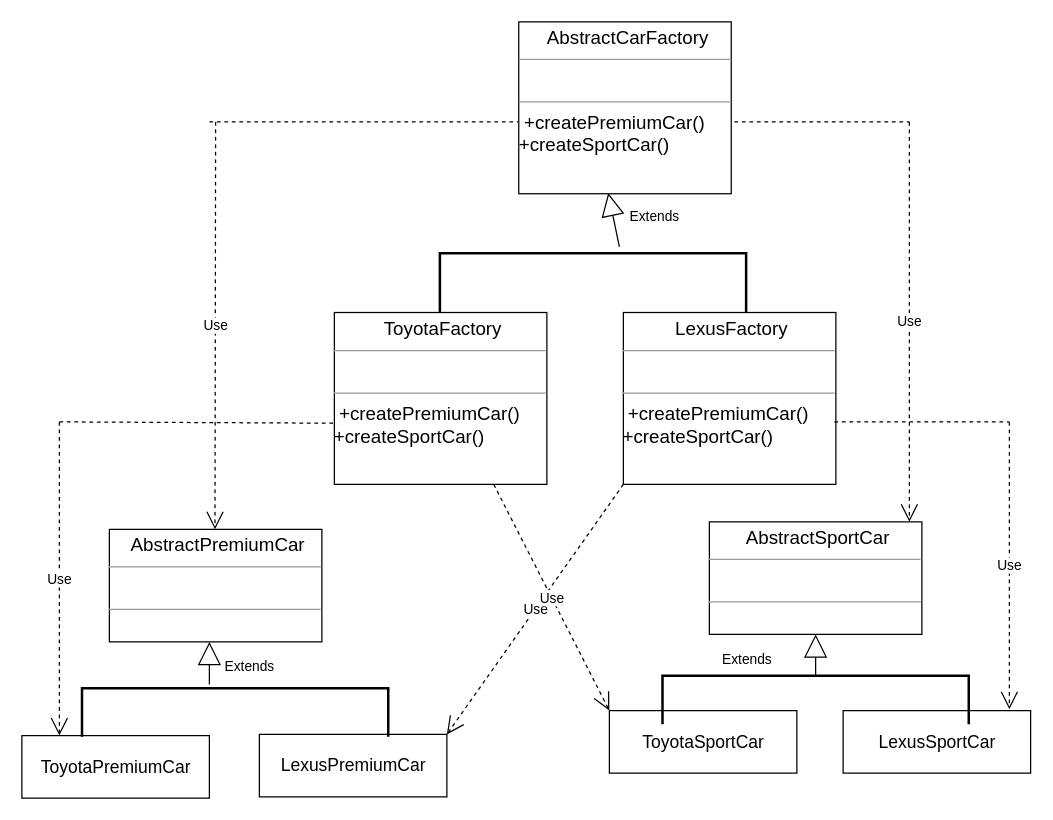
Above: creational/abstract-factory/abs-factory.drawio in MaksShadows/Patterns (draw.io), before the change. Source tidied: cells renumbered, new cells numbered last; positions are measured from the earlier drawing's top-left corner, leaving out a move shared by most shapes. Both pictures are drawn from the tidied source at 125%, with x=0, y=0 at pixel (21, 21).
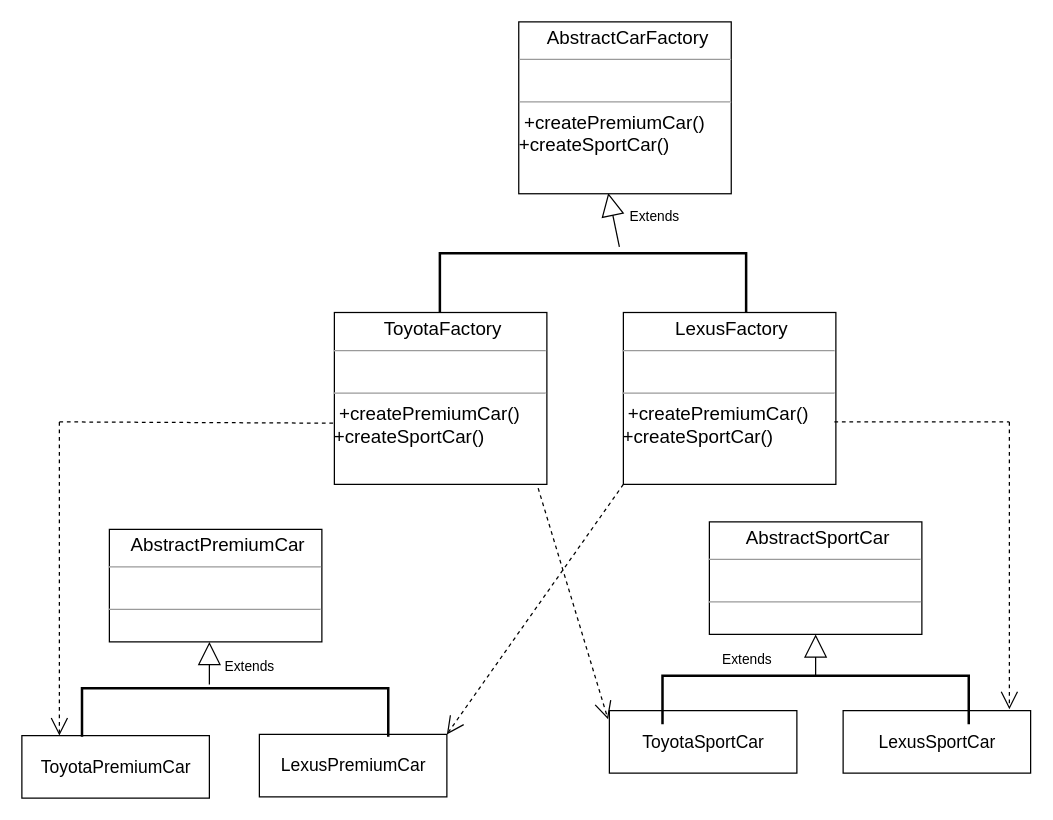
The same page after the edit.

Commit message (it also covers changes not shown here):
fix uml and name

Unchanged cells that the change refers to:
```xml
<mxCell id="3" value="&lt;p style=&quot;margin: 4px 0px 0px ; text-align: center&quot;&gt;&lt;font&gt;&lt;span style=&quot;font-size: 15px&quot;&gt;&amp;nbsp;&lt;/span&gt;&lt;/font&gt;&lt;span style=&quot;font-size: 15px&quot;&gt;ToyotaFactory&lt;/span&gt;&lt;/p&gt;&lt;hr size=&quot;1&quot; style=&quot;font-size: 15px&quot;&gt;&lt;p style=&quot;margin: 0px 0px 0px 4px ; font-size: 15px&quot;&gt;&lt;font style=&quot;font-size: 15px&quot;&gt;&lt;br&gt;&lt;/font&gt;&lt;/p&gt;&lt;hr size=&quot;1&quot; style=&quot;font-size: 15px&quot;&gt;&lt;p style=&quot;margin: 0px 0px 0px 4px ; font-size: 15px&quot;&gt;&lt;/p&gt;&lt;span style=&quot;text-align: justify&quot;&gt;&lt;font&gt;&lt;span style=&quot;font-size: 15px&quot;&gt;&amp;nbsp;+createPremiumCar&lt;/span&gt;&lt;span style=&quot;font-size: 15px&quot;&gt;()&lt;/span&gt;&lt;br&gt;&lt;/font&gt;&lt;span style=&quot;font-size: 15px&quot;&gt;+createSportCar()&lt;/span&gt;&lt;br&gt;&lt;/span&gt;" style="verticalAlign=top;align=left;overflow=fill;fontSize=12;fontFamily=Helvetica;html=1;" parent="1" vertex="1">
  <mxGeometry x="250" y="232.5" width="170" height="137.5" as="geometry" />
</mxCell>
<mxCell id="5" value="&lt;p style=&quot;margin: 4px 0px 0px ; text-align: center&quot;&gt;&lt;font&gt;&lt;span style=&quot;font-size: 15px&quot;&gt;&amp;nbsp;&lt;/span&gt;&lt;/font&gt;&lt;span style=&quot;font-size: 15px&quot;&gt;LexusFactory&lt;/span&gt;&lt;/p&gt;&lt;hr size=&quot;1&quot; style=&quot;font-size: 15px&quot;&gt;&lt;p style=&quot;margin: 0px 0px 0px 4px ; font-size: 15px&quot;&gt;&lt;font style=&quot;font-size: 15px&quot;&gt;&lt;br&gt;&lt;/font&gt;&lt;/p&gt;&lt;hr size=&quot;1&quot; style=&quot;font-size: 15px&quot;&gt;&lt;p style=&quot;margin: 0px 0px 0px 4px ; font-size: 15px&quot;&gt;&lt;/p&gt;&lt;span style=&quot;text-align: justify&quot;&gt;&lt;font&gt;&lt;span style=&quot;font-size: 15px&quot;&gt;&amp;nbsp;+createPremiumCar&lt;/span&gt;&lt;span style=&quot;font-size: 15px&quot;&gt;()&lt;/span&gt;&lt;br&gt;&lt;/font&gt;&lt;span style=&quot;font-size: 15px&quot;&gt;+createSportCar()&lt;/span&gt;&lt;br&gt;&lt;/span&gt;" style="verticalAlign=top;align=left;overflow=fill;fontSize=12;fontFamily=Helvetica;html=1;" parent="1" vertex="1">
  <mxGeometry x="481.2" y="232.5" width="170" height="137.5" as="geometry" />
</mxCell>
<mxCell id="6" value="&lt;p style=&quot;margin: 4px 0px 0px ; text-align: center&quot;&gt;&lt;font&gt;&lt;span style=&quot;font-size: 15px&quot;&gt;&amp;nbsp;&lt;/span&gt;&lt;/font&gt;&lt;span style=&quot;font-size: 15px&quot;&gt;AbstractCarFactory&lt;/span&gt;&lt;/p&gt;&lt;hr size=&quot;1&quot; style=&quot;font-size: 15px&quot;&gt;&lt;p style=&quot;margin: 0px 0px 0px 4px ; font-size: 15px&quot;&gt;&lt;font style=&quot;font-size: 15px&quot;&gt;&lt;br&gt;&lt;/font&gt;&lt;/p&gt;&lt;hr size=&quot;1&quot; style=&quot;font-size: 15px&quot;&gt;&lt;p style=&quot;margin: 0px 0px 0px 4px ; font-size: 15px&quot;&gt;&lt;/p&gt;&lt;span style=&quot;text-align: justify&quot;&gt;&lt;font&gt;&lt;span style=&quot;font-size: 15px&quot;&gt;&amp;nbsp;+createPremiumCar&lt;/span&gt;&lt;span style=&quot;font-size: 15px&quot;&gt;()&lt;/span&gt;&lt;br&gt;&lt;/font&gt;&lt;span style=&quot;font-size: 15px&quot;&gt;+createSportCar()&lt;/span&gt;&lt;br&gt;&lt;/span&gt;" style="verticalAlign=top;align=left;overflow=fill;fontSize=12;fontFamily=Helvetica;html=1;" parent="1" vertex="1">
  <mxGeometry x="397.5" width="170" height="137.5" as="geometry" />
</mxCell>
<mxCell id="10" value="&lt;font style=&quot;font-size: 14px&quot;&gt;LexusPremiumCar&lt;/font&gt;" style="html=1;" parent="1" vertex="1">
  <mxGeometry x="190" y="570" width="150" height="50" as="geometry" />
</mxCell>
<mxCell id="11" value="&lt;font style=&quot;font-size: 14px&quot;&gt;ToyotaSportCar&lt;/font&gt;" style="html=1;" parent="1" vertex="1">
  <mxGeometry x="470" y="551" width="150" height="50" as="geometry" />
</mxCell>
```

The edit, as a diff of the source:
```diff
@@
-    <mxCell id="17" value="Use" style="endArrow=open;endSize=12;dashed=1;html=1;" parent="1" edge="1">
-      <mxGeometry relative="1" as="geometry">
+    <mxCell id="17" style="endArrow=open;endSize=12;dashed=1;html=1;" parent="1" edge="1">
+      <mxGeometry x="-0.68" y="70" relative="1" as="geometry">
         <mxPoint x="30" y="320" as="sourcePoint" />
         <mxPoint x="30" y="571" as="targetPoint" />
       </mxGeometry>
     </mxCell>
-    <mxCell id="18" value="Use" style="endArrow=open;endSize=12;dashed=1;html=1;exitX=0;exitY=1;exitDx=0;exitDy=0;entryX=1;entryY=0;entryDx=0;entryDy=0;" parent="1" edge="1" source="5" target="10">
-      <mxGeometry relative="1" as="geometry" />
+    <mxCell id="18" style="endArrow=open;endSize=12;dashed=1;html=1;exitX=0;exitY=1;exitDx=0;exitDy=0;entryX=1;entryY=0;entryDx=0;entryDy=0;" parent="1" edge="1" source="5" target="10">
+      <mxGeometry x="0.36" y="-80" relative="1" as="geometry" />
     </mxCell>
-    <mxCell id="19" value="Use" style="endArrow=open;endSize=12;dashed=1;html=1;" parent="1" edge="1">
-      <mxGeometry relative="1" as="geometry">
+    <mxCell id="19" style="endArrow=open;endSize=12;dashed=1;html=1;fontSize=17;" parent="1" edge="1">
+      <mxGeometry x="-0.04" y="-300" relative="1" as="geometry">
         <mxPoint x="790" y="320" as="sourcePoint" />
         <mxPoint x="790" y="550" as="targetPoint" />
       </mxGeometry>
     </mxCell>
-    <mxCell id="20" value="Use" style="endArrow=open;endSize=12;dashed=1;html=1;exitX=0.75;exitY=1;exitDx=0;exitDy=0;entryX=0;entryY=0;entryDx=0;entryDy=0;" parent="1" edge="1" source="3" target="11">
-      <mxGeometry relative="1" as="geometry" />
-    </mxCell>
@@
-    <mxCell id="23" value="Use" style="endArrow=open;endSize=12;dashed=1;html=1;" parent="1" edge="1">
-      <mxGeometry relative="1" as="geometry">
-        <mxPoint x="155" y="80" as="sourcePoint" />
-        <mxPoint x="154.5" y="406" as="targetPoint" />
-      </mxGeometry>
-    </mxCell>
-    <mxCell id="24" style="endArrow=none;dashed=1;html=1;entryX=-0.003;entryY=0.582;entryDx=0;entryDy=0;entryPerimeter=0;" parent="1" edge="1" target="6">
-      <mxGeometry relative="1" as="geometry">
-        <mxPoint x="150" y="80" as="sourcePoint" />
-      </mxGeometry>
-    </mxCell>
-    <mxCell id="25" value="Use" style="endArrow=open;endSize=12;dashed=1;html=1;" parent="1" edge="1">
-      <mxGeometry relative="1" as="geometry">
-        <mxPoint x="710" y="80" as="sourcePoint" />
-        <mxPoint x="710" y="400" as="targetPoint" />
-      </mxGeometry>
-    </mxCell>
-    <mxCell id="26" style="endArrow=none;dashed=1;html=1;" parent="1" edge="1">
-      <mxGeometry relative="1" as="geometry">
-        <mxPoint x="570" y="80" as="sourcePoint" />
-        <mxPoint x="710" y="80" as="targetPoint" />
-      </mxGeometry>
-    </mxCell>
+    <mxCell id="20" style="endArrow=open;endSize=12;dashed=1;html=1;exitX=0.959;exitY=1.022;exitDx=0;exitDy=0;entryX=-0.007;entryY=0.14;entryDx=0;entryDy=0;exitPerimeter=0;entryPerimeter=0;" parent="1" edge="1" source="3" target="11">
+      <mxGeometry x="0.36" y="-80" relative="1" as="geometry" />
+    </mxCell>
```
